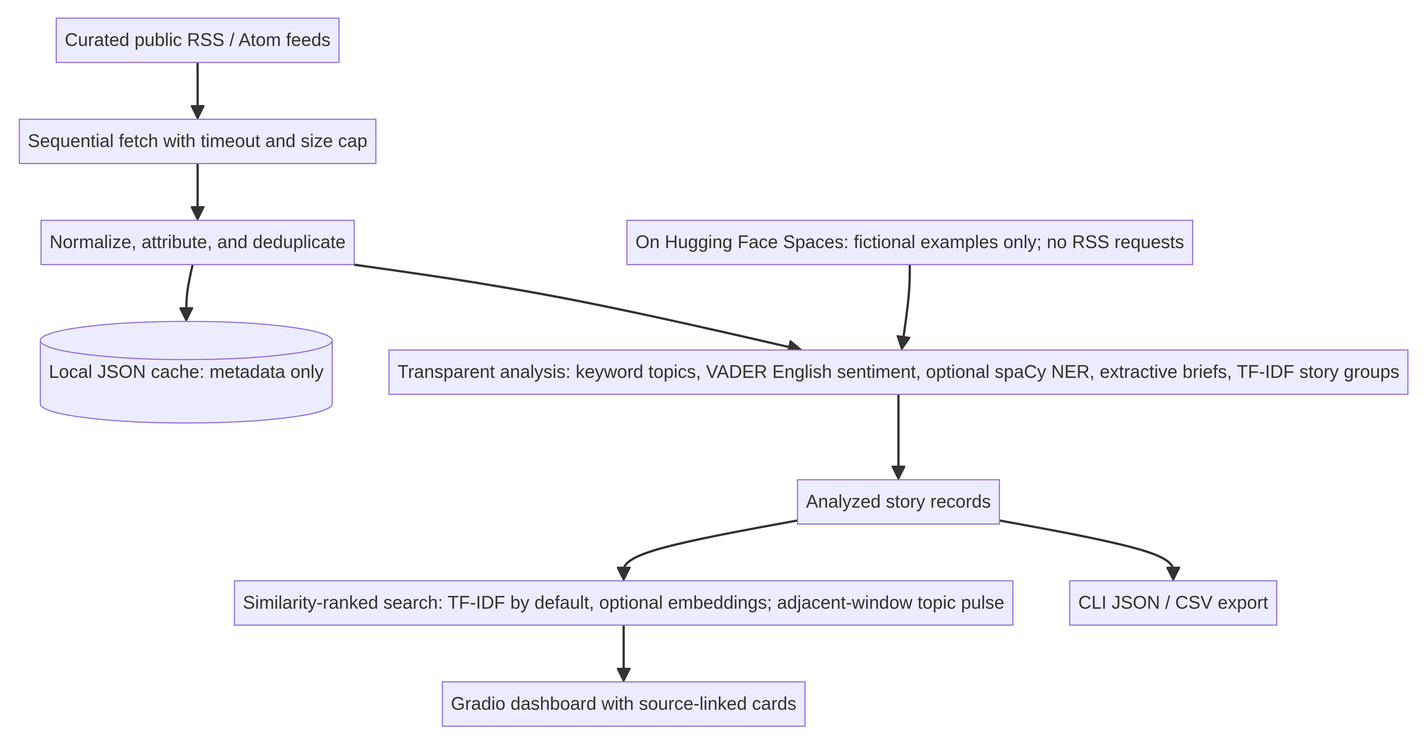
The Mermaid diagram docs/architecture-diagram.png in bereket74/Project_1, before a commit. Its source is kept beside it as docs/architecture-diagram.mmd.
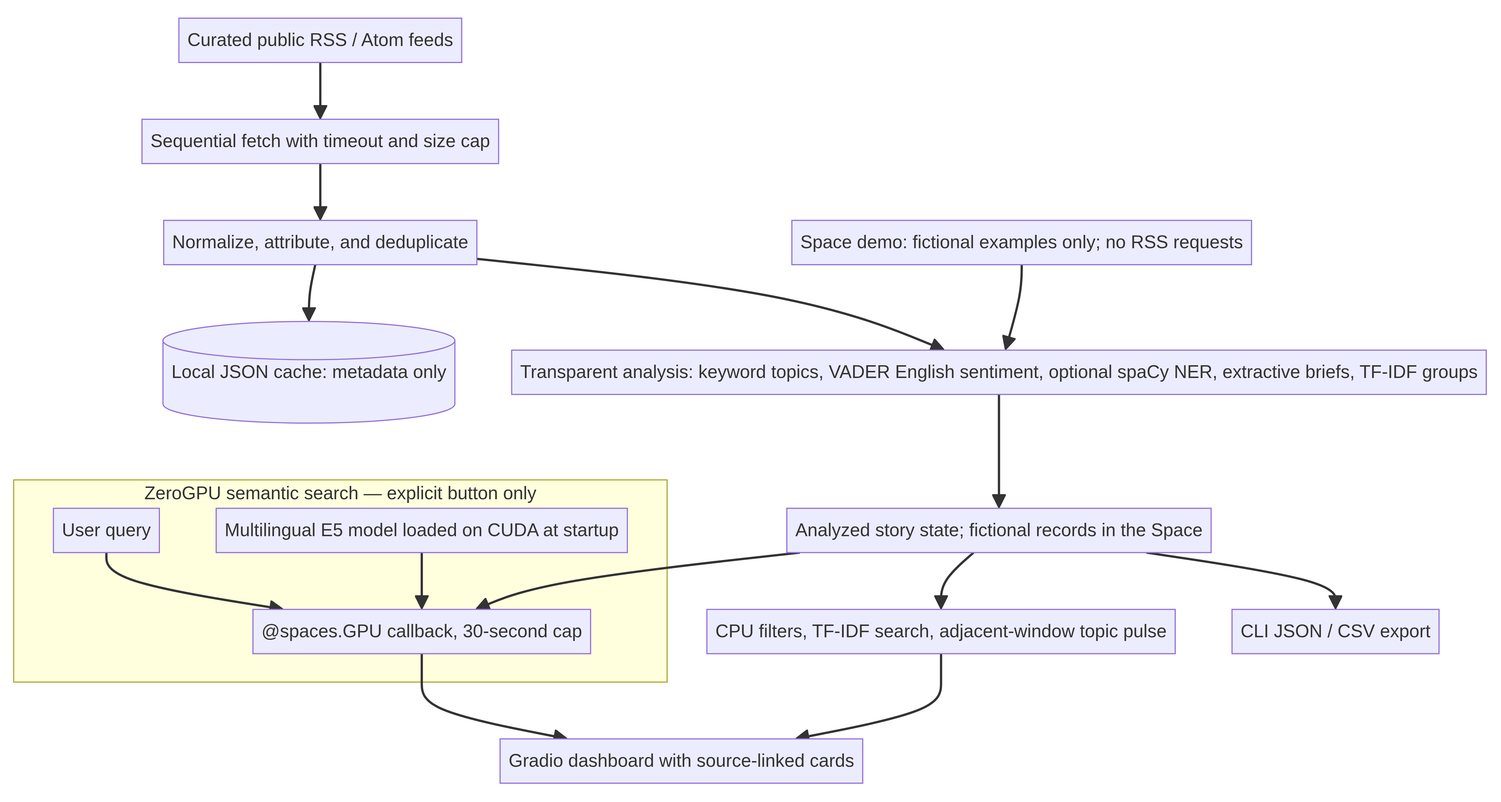
After the change.

Diff of the diagram source:
```diff
@@ -2,9 +2,16 @@
   feeds[Curated public RSS / Atom feeds] --> collector[Sequential fetch with timeout and size cap]
   collector --> normalize[Normalize, attribute, and deduplicate]
   normalize --> cache[(Local JSON cache: metadata only)]
-  demo[On Hugging Face Spaces: fictional examples only; no RSS requests] --> analysis
-  normalize --> analysis[Transparent analysis: keyword topics, VADER English sentiment, optional spaCy NER, extractive briefs, TF-IDF story groups]
-  analysis --> records[Analyzed story records]
-  records --> discovery[Similarity-ranked search: TF-IDF by default, optional embeddings; adjacent-window topic pulse]
+  demo[Space demo: fictional examples only; no RSS requests] --> analysis
+  normalize --> analysis[Transparent analysis: keyword topics, VADER English sentiment, optional spaCy NER, extractive briefs, TF-IDF groups]
+  analysis --> records[Analyzed story state; fictional records in the Space]
+  records --> discovery[CPU filters, TF-IDF search, adjacent-window topic pulse]
   discovery --> dashboard[Gradio dashboard with source-linked cards]
   records --> cli[CLI JSON / CSV export]
+
+  subgraph ZeroGPU_search[ZeroGPU semantic search — explicit button only]
+    query[User query] --> gpu_search[@spaces.GPU callback, 30-second cap]
+    model[Multilingual E5 model loaded on CUDA at startup] --> gpu_search
+  end
+  records --> gpu_search
+  gpu_search --> dashboard
```
